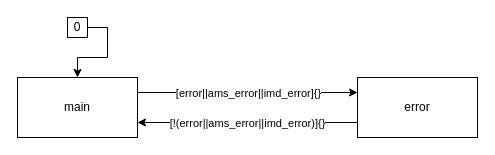
This is page "ams" (1 of 8) of xver/xsm/XML/graph.drawio from osceri/AMS-CC, a draw.io file, before an edit. Source tidied: cells renumbered, new cells numbered last; positions are measured from the earlier drawing's top-left corner, leaving out a move shared by most shapes. Both pictures are drawn from the tidied source at 100%, with x=0, y=0 at pixel (17, 17).
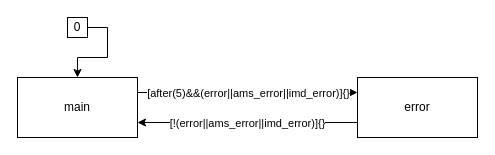
After the change.

Diff of the diagram source:
```diff
@@
 <mxGraphModel>
   <root>
     <mxCell id="0" />
     <mxCell id="1" parent="0" />
     <mxCell id="2" style="edgeStyle=orthogonalEdgeStyle;rounded=0;jettySize=auto;html=1;exitX=0;exitY=0.75;exitDx=0;exitDy=0;entryX=1;entryY=0.75;entryDx=0;entryDy=0;" parent="1" edge="1" source="4" target="7">
       <mxGeometry relative="1" as="geometry" />
     </mxCell>
     <mxCell id="3" value="[!(error||ams_error||imd_error)]{}" style="edgeLabel;html=1;align=center;verticalAlign=middle;" parent="2" vertex="1">
       <mxGeometry x="0.17" relative="1" as="geometry">
         <mxPoint x="18" as="offset" />
       </mxGeometry>
     </mxCell>
     <mxCell id="4" value="error" style="rounded=0;whiteSpace=wrap;html=1;" parent="1" vertex="1">
       <mxGeometry x="340" y="60" width="120" height="60" as="geometry" />
     </mxCell>
     <mxCell id="5" style="edgeStyle=orthogonalEdgeStyle;rounded=0;jettySize=auto;html=1;exitX=1;exitY=0.25;exitDx=0;exitDy=0;entryX=0;entryY=0.25;entryDx=0;entryDy=0;" parent="1" edge="1" source="7" target="4">
       <mxGeometry relative="1" as="geometry" />
     </mxCell>
-    <mxCell id="6" value="[error||ams_error||imd_error]{}" style="edgeLabel;html=1;align=center;verticalAlign=middle;" parent="5" vertex="1">
+    <mxCell id="6" value="[after(5)&amp;amp;&amp;amp;(error||ams_error||imd_error)]{}" style="edgeLabel;html=1;align=center;verticalAlign=middle;" parent="5" vertex="1">
       <mxGeometry x="-0.18" relative="1" as="geometry">
         <mxPoint x="20" as="offset" />
       </mxGeometry>
     </mxCell>
     <mxCell id="7" value="&lt;div&gt;main&lt;/div&gt;" style="rounded=0;whiteSpace=wrap;html=1;" parent="1" vertex="1">
       <mxGeometry y="60" width="120" height="60" as="geometry" />
     </mxCell>
     <mxCell id="8" style="edgeStyle=orthogonalEdgeStyle;rounded=0;jettySize=auto;html=1;exitX=1;exitY=0.5;exitDx=0;exitDy=0;entryX=0.5;entryY=0;entryDx=0;entryDy=0;" parent="1" edge="1" source="9" target="7">
       <mxGeometry relative="1" as="geometry" />
     </mxCell>
     <mxCell id="9" value="0" style="rounded=0;whiteSpace=wrap;html=1;" parent="1" vertex="1">
       <mxGeometry x="50" width="20" height="20" as="geometry" />
     </mxCell>
   </root>
 </mxGraphModel>
```
